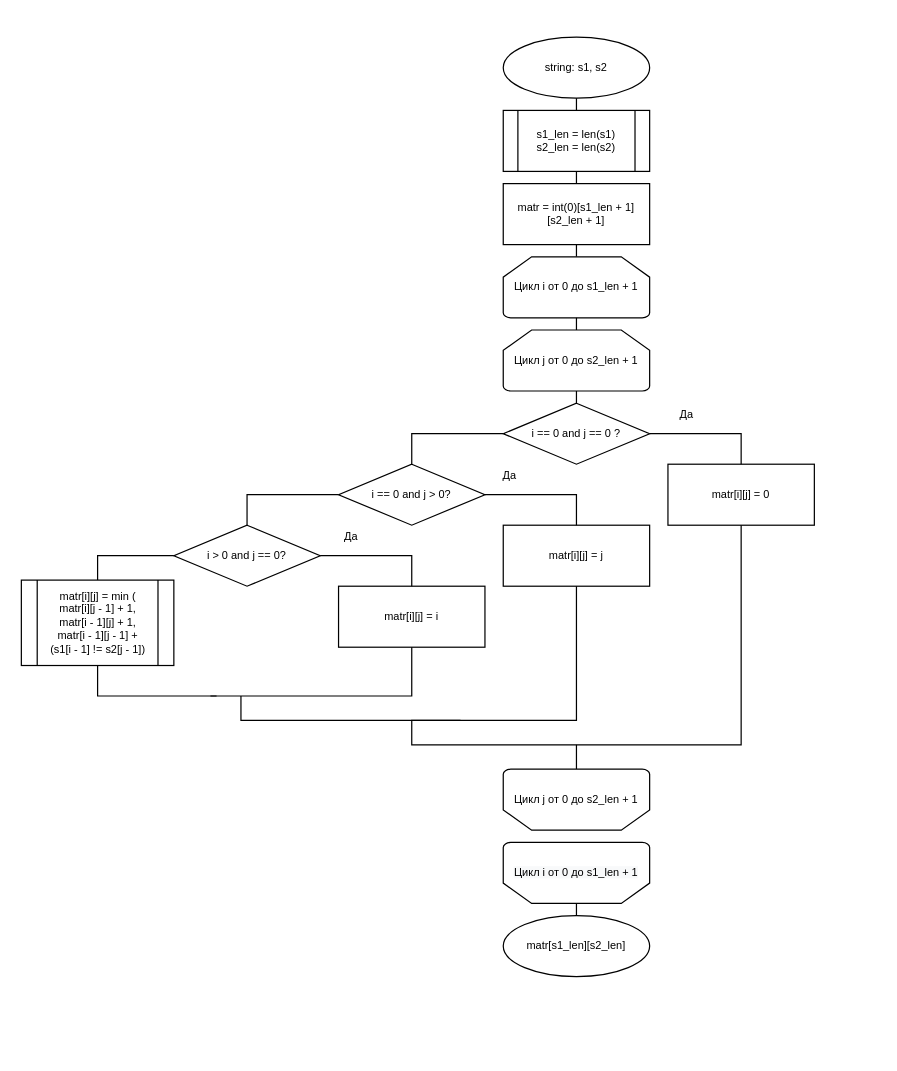
This is page "l" (1 of 4) of lab_01/doc/lab_01_schema.drawio from Tulenenok/BMSTU_AA, a draw.io file, before an edit. Source tidied: cells renumbered, new cells numbered last; positions are measured from the earlier drawing's top-left corner, leaving out a move shared by most shapes. Both pictures are drawn from the tidied source at 122%, with x=0, y=0 at pixel (21, 37).
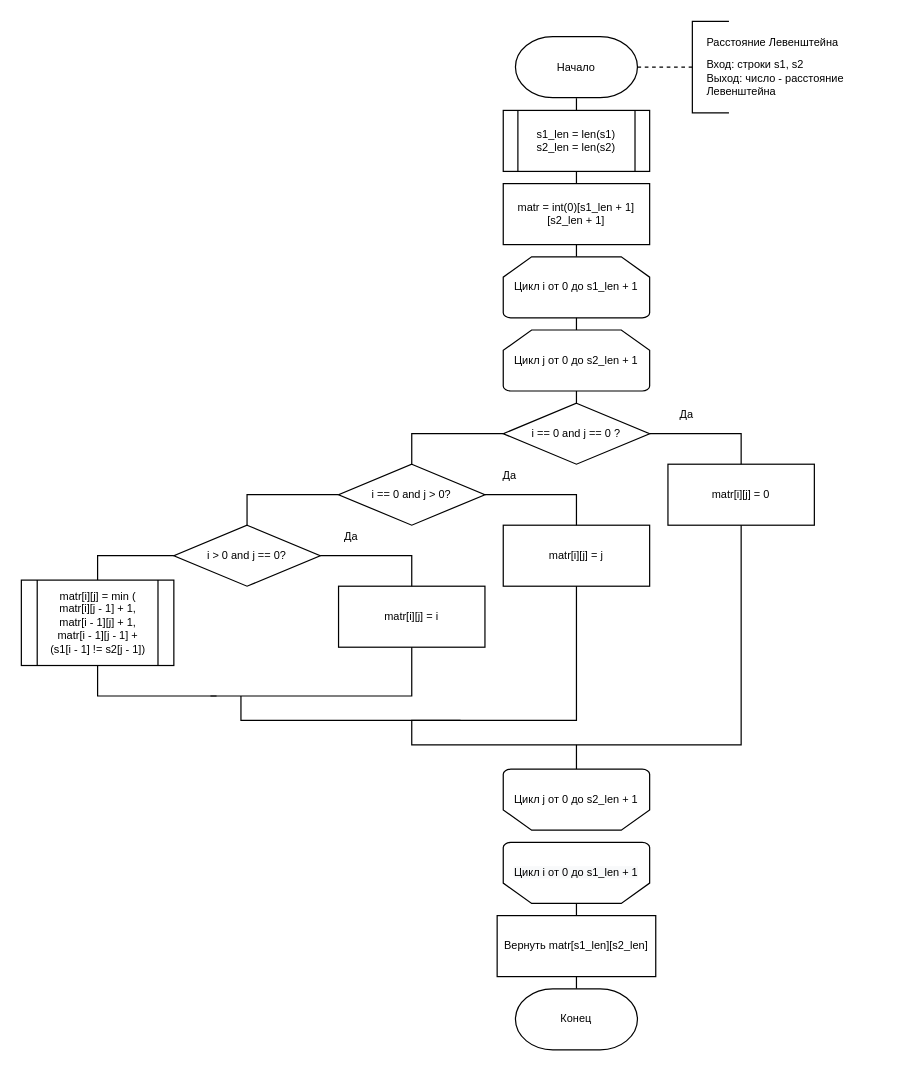
After the change.

The change refers to these unchanged cells:
```xml
<mxCell id="35" value="&lt;span style=&quot;font-family: Helvetica; font-size: 9px; font-style: normal; font-variant-ligatures: normal; font-variant-caps: normal; font-weight: 400; letter-spacing: normal; orphans: 2; text-align: center; text-indent: 0px; text-transform: none; widows: 2; word-spacing: 0px; -webkit-text-stroke-width: 0px; background-color: rgb(248, 249, 250); text-decoration-style: initial; text-decoration-color: initial; float: none; display: inline !important;&quot;&gt;Цикл i от 0 до s1_len + 1&lt;/span&gt;" style="strokeWidth=1;html=1;shape=mxgraph.flowchart.loop_limit;whiteSpace=wrap;direction=west;fontSize=9;" parent="1" vertex="1">
  <mxGeometry x="395" y="660" width="120" height="50" as="geometry" />
</mxCell>
```

Change to the diagram source:
```diff
@@
-    <mxCell id="2" value="string: s1, s2" style="ellipse;whiteSpace=wrap;html=1;fontSize=9;" parent="1" vertex="1">
-      <mxGeometry x="395" width="120" height="50" as="geometry" />
-    </mxCell>
@@
-    <mxCell id="15" value="matr[s1_len][s2_len]" style="ellipse;whiteSpace=wrap;html=1;fontSize=9;" parent="1" vertex="1">
-      <mxGeometry x="395" y="720" width="120" height="50" as="geometry" />
-    </mxCell>
@@
-    <mxCell id="36" style="edgeStyle=orthogonalEdgeStyle;rounded=0;jettySize=auto;html=1;endArrow=none;endFill=0;fontSize=9;exitX=0.5;exitY=0;exitDx=0;exitDy=0;exitPerimeter=0;entryX=0.5;entryY=0;entryDx=0;entryDy=0;" parent="1" edge="1" source="35" target="15">
-      <mxGeometry relative="1" as="geometry" />
+    <mxCell id="36" style="edgeStyle=orthogonalEdgeStyle;rounded=0;jettySize=auto;html=1;endArrow=none;endFill=0;fontSize=9;exitX=0.5;exitY=0;exitDx=0;exitDy=0;exitPerimeter=0;entryX=0.5;entryY=0;entryDx=0;entryDy=0;" parent="1" edge="1" source="35">
+      <mxGeometry relative="1" as="geometry">
+        <mxPoint x="455" y="720" as="targetPoint" />
+      </mxGeometry>
     </mxCell>
+    <mxCell id="37" style="edgeStyle=orthogonalEdgeStyle;rounded=0;jettySize=auto;html=1;exitX=0;exitY=0.5;exitDx=0;exitDy=0;exitPerimeter=0;entryX=1;entryY=0.5;entryDx=0;entryDy=0;entryPerimeter=0;endArrow=none;endFill=0;dashed=1;" parent="1" edge="1" source="38">
+      <mxGeometry relative="1" as="geometry">
+        <mxPoint x="505" y="24.5" as="targetPoint" />
+      </mxGeometry>
+    </mxCell>
+    <mxCell id="38" style="strokeWidth=1;html=1;shape=mxgraph.flowchart.annotation_1;align=left;" parent="1" vertex="1">
+      <mxGeometry x="550" y="-13" width="30" height="75" as="geometry" />
+    </mxCell>
+    <mxCell id="39" value="Расстояние Левенштейна" style="text;html=1;align=left;verticalAlign=middle;strokeColor=none;fillColor=none;fontSize=9;" parent="1" vertex="1">
+      <mxGeometry x="560" y="-5.5" width="130" height="20" as="geometry" />
+    </mxCell>
+    <mxCell id="40" value="Вход: строки s1, s2&lt;br style=&quot;font-size: 9px;&quot;&gt;&lt;div style=&quot;font-size: 9px;&quot;&gt;&lt;span style=&quot;background-color: initial; font-size: 9px;&quot;&gt;Выход: число - расстояние&amp;nbsp;&lt;/span&gt;&lt;/div&gt;&lt;div style=&quot;font-size: 9px;&quot;&gt;&lt;span style=&quot;background-color: initial; font-size: 9px;&quot;&gt;Левенштейна&lt;/span&gt;&lt;span style=&quot;background-color: initial; white-space: pre; font-size: 9px;&quot;&gt;&#9;&lt;span style=&quot;white-space: pre; font-size: 9px;&quot;&gt;&#9;&lt;/span&gt;&lt;/span&gt;&lt;/div&gt;&lt;span style=&quot;white-space: pre; font-size: 9px;&quot;&gt;&lt;/span&gt;" style="text;html=1;align=left;verticalAlign=middle;strokeColor=none;fillColor=none;fontSize=9;" parent="1" vertex="1">
+      <mxGeometry x="560" y="8.5" width="140" height="50" as="geometry" />
+    </mxCell>
+    <mxCell id="41" value="Начало" style="strokeWidth=1;html=1;shape=mxgraph.flowchart.terminator;whiteSpace=wrap;fontSize=9;" parent="1" vertex="1">
+      <mxGeometry x="405" y="-0.5" width="100" height="50" as="geometry" />
+    </mxCell>
+    <mxCell id="42" style="edgeStyle=orthogonalEdgeStyle;rounded=0;jettySize=auto;html=1;exitX=0.5;exitY=1;exitDx=0;exitDy=0;entryX=0.5;entryY=0;entryDx=0;entryDy=0;entryPerimeter=0;fontSize=10;endArrow=none;endFill=0;" parent="1" edge="1" source="43" target="44">
+      <mxGeometry relative="1" as="geometry" />
+    </mxCell>
+    <mxCell id="43" value="Вернуть matr[s1_len][s2_len]" style="rounded=0;whiteSpace=wrap;html=1;fontSize=9;" parent="1" vertex="1">
+      <mxGeometry x="390" y="720" width="130" height="50" as="geometry" />
+    </mxCell>
+    <mxCell id="44" value="Конец" style="strokeWidth=1;html=1;shape=mxgraph.flowchart.terminator;whiteSpace=wrap;fontSize=9;" parent="1" vertex="1">
+      <mxGeometry x="405" y="780" width="100" height="50" as="geometry" />
+    </mxCell>
```
